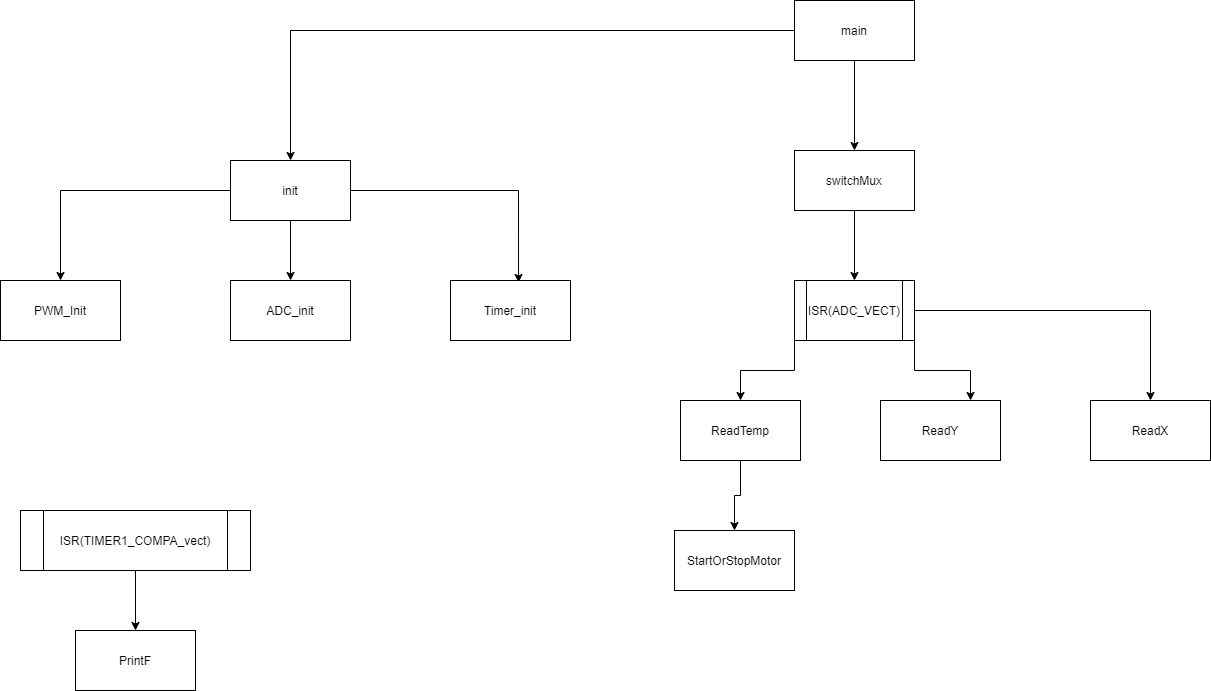
Before: ProjektSmartHouse/Hipo.png, a diagram exported from draw.io (CasperWind/SmartHome). Source tidied: cells renumbered, new cells last; positions are measured from the earlier drawing's top-left corner, leaving out a move shared by most shapes.
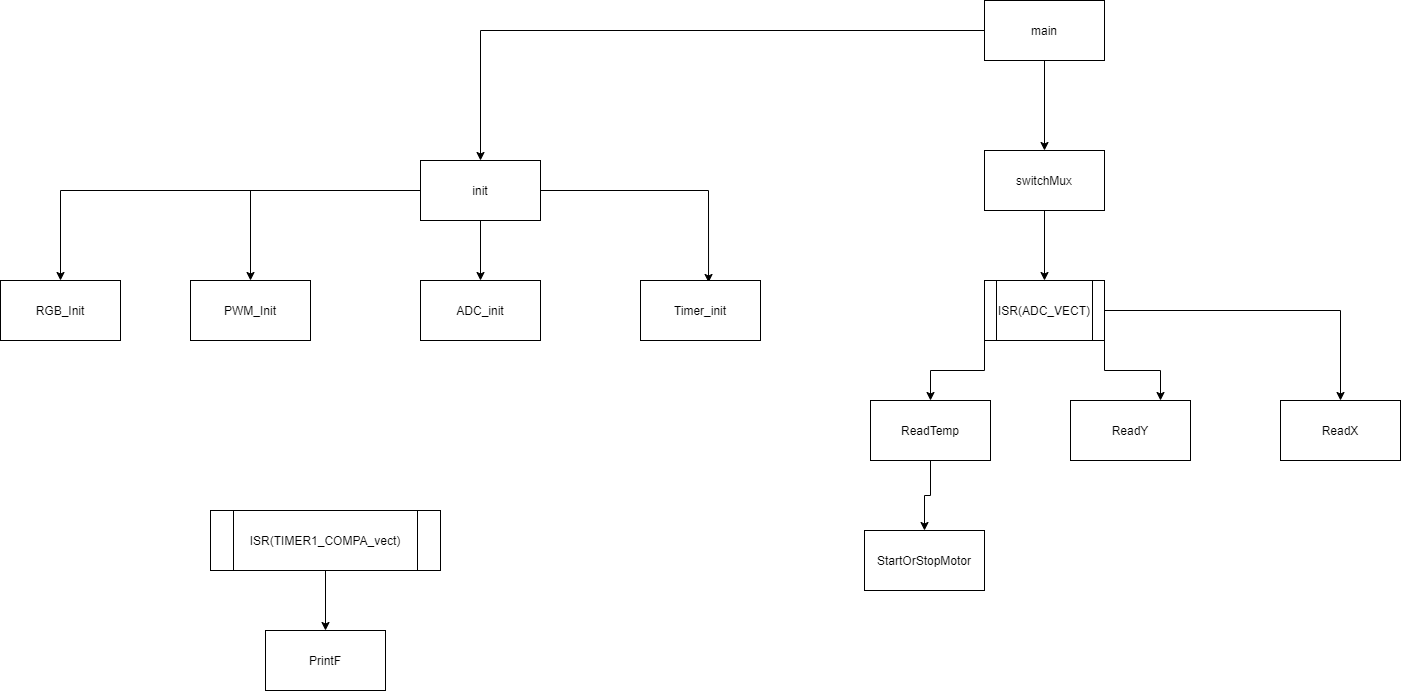
Above is the later version.

What changed in the source:
```diff
@@ -50,6 +50,9 @@
     <mxCell id="17" style="edgeStyle=orthogonalEdgeStyle;rounded=0;jettySize=auto;html=1;entryX=0.567;entryY=0.033;entryDx=0;entryDy=0;entryPerimeter=0;" parent="1" edge="1" source="18" target="21">
       <mxGeometry relative="1" as="geometry" />
     </mxCell>
+    <mxCell id="26" style="edgeStyle=orthogonalEdgeStyle;rounded=0;jettySize=auto;html=1;entryX=0.5;entryY=0;entryDx=0;entryDy=0;" parent="1" edge="1" source="18" target="27">
+      <mxGeometry relative="1" as="geometry" />
+    </mxCell>
     <mxCell id="18" value="init" style="rounded=0;whiteSpace=wrap;html=1;" parent="1" vertex="1">
       <mxGeometry x="230" y="160" width="120" height="60" as="geometry" />
     </mxCell>
@@ -74,5 +77,8 @@
     <mxCell id="25" value="PrintF" style="rounded=0;whiteSpace=wrap;html=1;" parent="1" vertex="1">
       <mxGeometry x="75" y="630" width="120" height="60" as="geometry" />
     </mxCell>
+    <mxCell id="27" value="RGB_Init" style="rounded=0;whiteSpace=wrap;html=1;" parent="1" vertex="1">
+      <mxGeometry x="-190" y="280" width="120" height="60" as="geometry" />
+    </mxCell>
   </root>
 </mxGraphModel>
```
